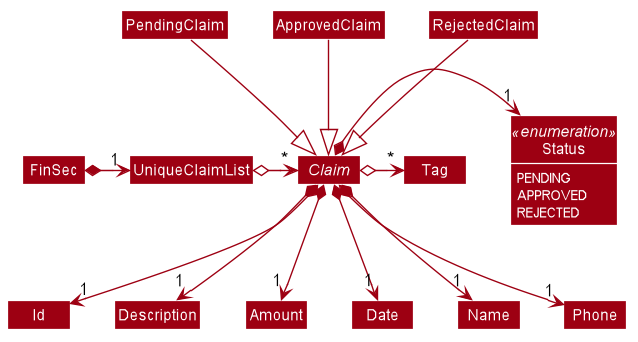
AY1920S1-CS2103T-W12-1/main keeps this PlantUML diagram as images/ClaimModelClassDiagram.png. Above is the earlier version.
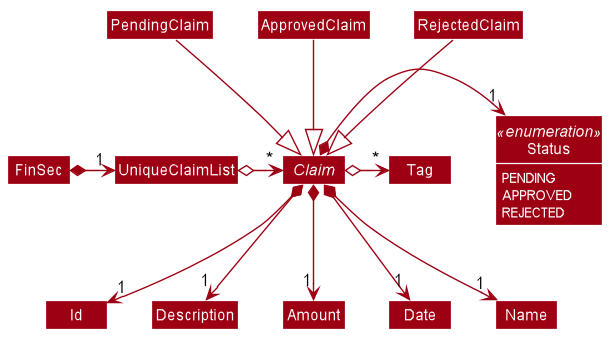
Above is the later version.

Change to the diagram source:
```diff
@@ -73,7 +73,6 @@
 Claim *--> "1" Amount
 Claim *--> "1" Date
 Claim *--> "1" Name
-Claim *--> "1" Phone
 Claim *-right-> "1" Status
 Claim o-right-> "*" Tag
 @enduml
```
